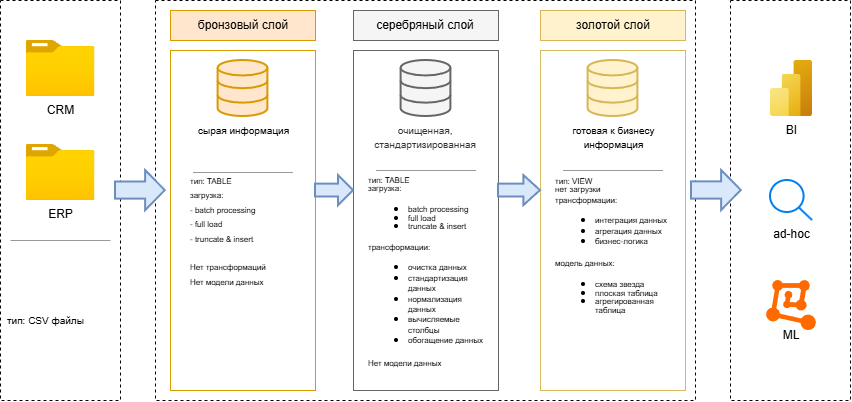
alibegvivi-cpu/SQL-DWH-project keeps this draw.io diagram as docs/архитектура данных.png. Above is the earlier version. Source tidied: cells renumbered, new cells last; positions are measured from the earlier drawing's top-left corner, leaving out a move shared by most shapes. Source of this version:
```xml
<mxGraphModel>
  <root>
    <mxCell id="0" />
    <mxCell id="1" parent="0" />
    <mxCell id="2" style="verticalLabelPosition=bottom;verticalAlign=top;html=1;shape=mxgraph.basic.rect;fillColor2=none;strokeWidth=1;size=20;indent=5;dashed=1;fillColor=none;" parent="1" vertex="1">
      <mxGeometry width="120" height="400" as="geometry" />
    </mxCell>
    <mxCell id="3" style="verticalLabelPosition=bottom;verticalAlign=top;html=1;shape=mxgraph.basic.rect;fillColor2=none;strokeWidth=1;size=20;indent=5;dashed=1;fillColor=none;" parent="1" vertex="1">
      <mxGeometry x="155" width="540" height="400" as="geometry" />
    </mxCell>
    <mxCell id="4" style="verticalLabelPosition=bottom;verticalAlign=top;html=1;shape=mxgraph.basic.rect;fillColor2=none;strokeWidth=1;size=20;indent=5;dashed=1;fillColor=none;" parent="1" vertex="1">
      <mxGeometry x="730" width="120" height="400" as="geometry" />
    </mxCell>
    <mxCell id="5" value="CRM" style="image;html=1;align=center;fontSize=12;image=img/lib/azure2/general/Folder_Blank.svg;" parent="1" vertex="1">
      <mxGeometry x="25.5" y="40" width="69" height="56" as="geometry" />
    </mxCell>
    <mxCell id="6" value="ERP" style="image;html=1;align=center;fontSize=12;image=img/lib/azure2/general/Folder_Blank.svg;" parent="1" vertex="1">
      <mxGeometry x="25.5" y="144" width="69" height="56" as="geometry" />
    </mxCell>
    <mxCell id="7" value="BI" style="image;html=1;align=center;fontSize=12;image=img/lib/azure2/analytics/Power_BI_Embedded.svg;" parent="1" vertex="1">
      <mxGeometry x="770" y="60" width="42" height="56" as="geometry" />
    </mxCell>
    <mxCell id="8" value="ad-hoc" style="html=1;verticalLabelPosition=bottom;align=center;labelBackgroundColor=#ffffff;verticalAlign=top;strokeWidth=2;strokeColor=#0080F0;shadow=0;dashed=0;shape=mxgraph.ios7.icons.looking_glass;" parent="1" vertex="1">
      <mxGeometry x="770" y="180" width="42" height="40" as="geometry" />
    </mxCell>
    <mxCell id="9" style="html=1;align=center;shadow=0;dashed=0;fillColor=#FF6A00;strokeColor=none;shape=mxgraph.alibaba_cloud.machine_learning;" parent="1" vertex="1">
      <mxGeometry x="766.1" y="280" width="49.8" height="50.1" as="geometry" />
    </mxCell>
    <mxCell id="10" value="ML" style="text;html=1;whiteSpace=wrap;strokeColor=none;fillColor=none;align=center;verticalAlign=middle;rounded=0;" parent="1" vertex="1">
      <mxGeometry x="770" y="320" width="42" height="30" as="geometry" />
    </mxCell>
    <mxCell id="11" style="html=1;dashed=0;whiteSpace=wrap;fillColor=none;strokeColor=light-dark(#d79b00, #ededed);" parent="1" vertex="1">
      <mxGeometry x="170" y="50" width="145" height="340" as="geometry" />
    </mxCell>
    <mxCell id="12" value="&lt;font style=&quot;font-size: 10px;&quot;&gt;сырая информация&lt;/font&gt;" style="html=1;verticalLabelPosition=bottom;align=center;labelBackgroundColor=#ffffff;verticalAlign=top;strokeWidth=2;strokeColor=#d79b00;shadow=0;dashed=0;shape=mxgraph.ios7.icons.data;fillColor=#ffe6cc;" parent="1" vertex="1">
      <mxGeometry x="217.6" y="60" width="49.8" height="56" as="geometry" />
    </mxCell>
    <mxCell id="13" value="&lt;font style=&quot;font-size: 8px;&quot;&gt;тип: TABLE&lt;/font&gt;&lt;div&gt;&lt;div&gt;&lt;font style=&quot;font-size: 8px;&quot;&gt;загрузка:&lt;/font&gt;&lt;/div&gt;&lt;div&gt;&lt;font style=&quot;font-size: 8px;&quot;&gt;- batch processing&lt;/font&gt;&lt;/div&gt;&lt;div&gt;&lt;font style=&quot;font-size: 8px;&quot;&gt;- full load&lt;/font&gt;&lt;/div&gt;&lt;div&gt;&lt;font style=&quot;font-size: 8px;&quot;&gt;- truncate &amp;amp; insert&lt;/font&gt;&lt;/div&gt;&lt;div&gt;&lt;font style=&quot;font-size: 8px;&quot;&gt;&lt;br&gt;&lt;/font&gt;&lt;/div&gt;&lt;div&gt;&lt;font style=&quot;font-size: 8px;&quot;&gt;Нет трансформаций&lt;/font&gt;&lt;/div&gt;&lt;div&gt;&lt;font style=&quot;font-size: 8px;&quot;&gt;Нет модели данных&lt;/font&gt;&lt;/div&gt;&lt;/div&gt;" style="text;html=1;whiteSpace=wrap;strokeColor=none;fillColor=none;align=left;verticalAlign=middle;rounded=0;" parent="1" vertex="1">
      <mxGeometry x="187.5" y="170.1" width="110" height="119.9" as="geometry" />
    </mxCell>
    <mxCell id="14" value="&lt;span style=&quot;font-size: 10px;&quot;&gt;тип: CSV файлы&lt;/span&gt;" style="text;html=1;whiteSpace=wrap;strokeColor=none;fillColor=none;align=left;verticalAlign=middle;rounded=0;" parent="1" vertex="1">
      <mxGeometry x="5" y="240" width="110" height="160" as="geometry" />
    </mxCell>
    <mxCell id="15" style="verticalLabelPosition=bottom;shadow=0;dashed=0;align=center;html=1;verticalAlign=top;strokeWidth=1;shape=mxgraph.mockup.markup.line;strokeColor=#999999;" parent="1" vertex="1">
      <mxGeometry x="10" y="230" width="100" height="20" as="geometry" />
    </mxCell>
    <mxCell id="16" style="verticalLabelPosition=bottom;shadow=0;dashed=0;align=center;html=1;verticalAlign=top;strokeWidth=1;shape=mxgraph.mockup.markup.line;strokeColor=#999999;" parent="1" vertex="1">
      <mxGeometry x="192.5" y="162" width="100" height="20" as="geometry" />
    </mxCell>
    <mxCell id="17" style="html=1;dashed=0;whiteSpace=wrap;fillColor=none;strokeColor=light-dark(#666666, #ededed);" parent="1" vertex="1">
      <mxGeometry x="353" y="50" width="145" height="340" as="geometry" />
    </mxCell>
    <mxCell id="18" value="&lt;font style=&quot;font-size: 10px;&quot;&gt;очищенная,&amp;nbsp;&lt;/font&gt;&lt;div&gt;&lt;font style=&quot;font-size: 10px;&quot;&gt;стандартизированная&amp;nbsp;&lt;/font&gt;&lt;/div&gt;" style="html=1;verticalLabelPosition=bottom;align=center;labelBackgroundColor=#ffffff;verticalAlign=top;strokeWidth=2;strokeColor=#666666;shadow=0;dashed=0;shape=mxgraph.ios7.icons.data;fillColor=#f5f5f5;fontColor=#333333;" parent="1" vertex="1">
      <mxGeometry x="400.6" y="60" width="49.8" height="56" as="geometry" />
    </mxCell>
    <mxCell id="19" value="&lt;div style=&quot;line-height: 70%;&quot;&gt;&lt;font style=&quot;font-size: 8px; line-height: 70%;&quot;&gt;тип: TABLE&lt;/font&gt;&lt;div&gt;&lt;div&gt;&lt;font style=&quot;font-size: 8px; line-height: 70%;&quot;&gt;загрузка:&lt;/font&gt;&lt;/div&gt;&lt;div&gt;&lt;ul&gt;&lt;li&gt;&lt;font style=&quot;font-size: 8px; line-height: 70%;&quot;&gt;batch processing&lt;/font&gt;&lt;/li&gt;&lt;li&gt;&lt;font style=&quot;font-size: 8px; line-height: 70%;&quot;&gt;full load&lt;/font&gt;&lt;/li&gt;&lt;li&gt;&lt;font style=&quot;font-size: 8px; line-height: 70%;&quot;&gt;truncate &amp;amp; insert&lt;/font&gt;&lt;/li&gt;&lt;/ul&gt;&lt;/div&gt;&lt;div&gt;&lt;font style=&quot;font-size: 8px; line-height: 70%;&quot;&gt;трансформации:&lt;br&gt;&lt;/font&gt;&lt;ul&gt;&lt;li&gt;&lt;span style=&quot;background-color: transparent; color: light-dark(rgb(0, 0, 0), rgb(255, 255, 255)); font-size: 8px;&quot;&gt;очистка данных&lt;/span&gt;&lt;/li&gt;&lt;li&gt;&lt;span style=&quot;background-color: transparent; color: light-dark(rgb(0, 0, 0), rgb(255, 255, 255)); font-size: 8px;&quot;&gt;стандартизация данных&lt;/span&gt;&lt;/li&gt;&lt;li&gt;&lt;span style=&quot;background-color: transparent; color: light-dark(rgb(0, 0, 0), rgb(255, 255, 255)); font-size: 8px;&quot;&gt;нормализация данных&lt;/span&gt;&lt;/li&gt;&lt;li&gt;&lt;span style=&quot;background-color: transparent; color: light-dark(rgb(0, 0, 0), rgb(255, 255, 255)); font-size: 8px;&quot;&gt;вычисляемые столбцы&lt;/span&gt;&lt;/li&gt;&lt;li&gt;&lt;span style=&quot;background-color: transparent; color: light-dark(rgb(0, 0, 0), rgb(255, 255, 255)); font-size: 8px;&quot;&gt;обогащение данных&lt;/span&gt;&lt;/li&gt;&lt;/ul&gt;&lt;/div&gt;&lt;div&gt;&lt;font style=&quot;font-size: 8px; line-height: 70%;&quot;&gt;Нет модели данных&lt;/font&gt;&lt;/div&gt;&lt;/div&gt;&lt;/div&gt;" style="text;html=1;whiteSpace=wrap;strokeColor=none;fillColor=none;align=left;verticalAlign=middle;rounded=0;" parent="1" vertex="1">
      <mxGeometry x="365.5" y="170" width="120" height="200" as="geometry" />
    </mxCell>
    <mxCell id="20" style="verticalLabelPosition=bottom;shadow=0;dashed=0;align=center;html=1;verticalAlign=top;strokeWidth=1;shape=mxgraph.mockup.markup.line;strokeColor=#999999;" parent="1" vertex="1">
      <mxGeometry x="375.5" y="160" width="100" height="20" as="geometry" />
    </mxCell>
    <mxCell id="21" style="html=1;dashed=0;whiteSpace=wrap;fillColor=none;strokeColor=light-dark(#d9bb5f, #ededed);" parent="1" vertex="1">
      <mxGeometry x="540" y="50" width="145" height="340" as="geometry" />
    </mxCell>
    <mxCell id="22" value="&lt;span style=&quot;font-size: 10px;&quot;&gt;готовая к бизнесу&lt;/span&gt;&lt;div&gt;&lt;span style=&quot;font-size: 10px;&quot;&gt;информация&lt;/span&gt;&lt;/div&gt;" style="html=1;verticalLabelPosition=bottom;align=center;labelBackgroundColor=#ffffff;verticalAlign=top;strokeWidth=2;strokeColor=#d6b656;shadow=0;dashed=0;shape=mxgraph.ios7.icons.data;fillColor=#fff2cc;" parent="1" vertex="1">
      <mxGeometry x="587.6" y="60" width="49.8" height="56" as="geometry" />
    </mxCell>
    <mxCell id="23" value="&lt;div style=&quot;line-height: 70%;&quot;&gt;&lt;font style=&quot;font-size: 8px; line-height: 70%;&quot;&gt;тип: VIEW&lt;/font&gt;&lt;div&gt;&lt;div&gt;&lt;span style=&quot;font-size: 8px;&quot;&gt;нет загрузки&lt;/span&gt;&lt;/div&gt;&lt;div&gt;&lt;font style=&quot;font-size: 8px; line-height: 70%;&quot;&gt;трансформации:&lt;br&gt;&lt;/font&gt;&lt;ul&gt;&lt;li&gt;&lt;span style=&quot;font-size: 8px;&quot;&gt;интеграция данных&lt;br&gt;&lt;/span&gt;&lt;/li&gt;&lt;li&gt;&lt;span style=&quot;font-size: 8px;&quot;&gt;агрегация данных&lt;/span&gt;&lt;/li&gt;&lt;li&gt;&lt;span style=&quot;font-size: 8px;&quot;&gt;бизнес-логика&lt;/span&gt;&lt;/li&gt;&lt;/ul&gt;&lt;/div&gt;&lt;div&gt;&lt;font style=&quot;font-size: 8px; line-height: 70%;&quot;&gt;модель данных:&lt;/font&gt;&lt;/div&gt;&lt;/div&gt;&lt;div&gt;&lt;ul&gt;&lt;li&gt;&lt;font style=&quot;font-size: 8px; line-height: 70%;&quot;&gt;схема звезда&lt;/font&gt;&lt;/li&gt;&lt;li&gt;&lt;font style=&quot;font-size: 8px; line-height: 70%;&quot;&gt;плоская таблица&lt;/font&gt;&lt;/li&gt;&lt;li&gt;&lt;font style=&quot;font-size: 8px; line-height: 70%;&quot;&gt;агрегированная таблица&lt;/font&gt;&lt;/li&gt;&lt;/ul&gt;&lt;/div&gt;&lt;/div&gt;" style="text;html=1;whiteSpace=wrap;strokeColor=none;fillColor=none;align=left;verticalAlign=middle;rounded=0;" parent="1" vertex="1">
      <mxGeometry x="552.5" y="170" width="120" height="160" as="geometry" />
    </mxCell>
    <mxCell id="24" style="verticalLabelPosition=bottom;shadow=0;dashed=0;align=center;html=1;verticalAlign=top;strokeWidth=1;shape=mxgraph.mockup.markup.line;strokeColor=#999999;" parent="1" vertex="1">
      <mxGeometry x="562.5" y="160" width="100" height="20" as="geometry" />
    </mxCell>
    <mxCell id="25" style="shape=mxgraph.arrows.arrow_right;html=1;verticalLabelPosition=bottom;verticalAlign=top;strokeWidth=2;strokeColor=#6c8ebf;fillColor=#dae8fc;" parent="1" vertex="1">
      <mxGeometry x="115" y="170.1" width="49.8" height="40" as="geometry" />
    </mxCell>
    <mxCell id="26" style="shape=mxgraph.arrows.arrow_right;html=1;verticalLabelPosition=bottom;verticalAlign=top;strokeWidth=2;strokeColor=#6c8ebf;fillColor=#dae8fc;" parent="1" vertex="1">
      <mxGeometry x="691" y="170" width="49.8" height="40" as="geometry" />
    </mxCell>
    <mxCell id="27" style="shape=mxgraph.arrows.arrow_right;html=1;verticalLabelPosition=bottom;verticalAlign=top;strokeWidth=2;strokeColor=#6c8ebf;fillColor=#dae8fc;" parent="1" vertex="1">
      <mxGeometry x="315" y="175.1" width="38" height="30" as="geometry" />
    </mxCell>
    <mxCell id="28" style="shape=mxgraph.arrows.arrow_right;html=1;verticalLabelPosition=bottom;verticalAlign=top;strokeWidth=2;strokeColor=#6c8ebf;fillColor=#dae8fc;" parent="1" vertex="1">
      <mxGeometry x="498" y="175.1" width="42" height="30" as="geometry" />
    </mxCell>
    <mxCell id="29" style="verticalLabelPosition=bottom;verticalAlign=top;html=1;shape=mxgraph.basic.rect;fillColor2=none;strokeWidth=1;size=20;indent=5;fillColor=#ffe6cc;strokeColor=#d79b00;" parent="1" vertex="1">
      <mxGeometry x="170" y="10" width="145" height="30" as="geometry" />
    </mxCell>
    <mxCell id="30" style="verticalLabelPosition=bottom;verticalAlign=top;html=1;shape=mxgraph.basic.rect;fillColor2=none;strokeWidth=1;size=20;indent=5;fillColor=#f5f5f5;strokeColor=#666666;fontColor=#333333;" parent="1" vertex="1">
      <mxGeometry x="353" y="10" width="145" height="30" as="geometry" />
    </mxCell>
    <mxCell id="31" style="verticalLabelPosition=bottom;verticalAlign=top;html=1;shape=mxgraph.basic.rect;fillColor2=none;strokeWidth=1;size=20;indent=5;fillColor=#fff2cc;strokeColor=#d6b656;" parent="1" vertex="1">
      <mxGeometry x="540" y="10" width="145" height="30" as="geometry" />
    </mxCell>
    <mxCell id="32" value="бронзовый слой" style="text;html=1;whiteSpace=wrap;strokeColor=none;fillColor=none;align=center;verticalAlign=middle;rounded=0;" parent="1" vertex="1">
      <mxGeometry x="192.5" y="10" width="100" height="30" as="geometry" />
    </mxCell>
    <mxCell id="33" value="серебряный&amp;nbsp;&lt;span style=&quot;background-color: transparent; color: light-dark(rgb(0, 0, 0), rgb(255, 255, 255));&quot;&gt;слой&lt;/span&gt;" style="text;html=1;whiteSpace=wrap;strokeColor=none;fillColor=none;align=center;verticalAlign=middle;rounded=0;" parent="1" vertex="1">
      <mxGeometry x="375" y="10" width="100" height="30" as="geometry" />
    </mxCell>
    <mxCell id="34" value="золотой слой" style="text;html=1;whiteSpace=wrap;strokeColor=none;fillColor=none;align=center;verticalAlign=middle;rounded=0;" parent="1" vertex="1">
      <mxGeometry x="562.5" y="10" width="100" height="30" as="geometry" />
    </mxCell>
  </root>
</mxGraphModel>
```
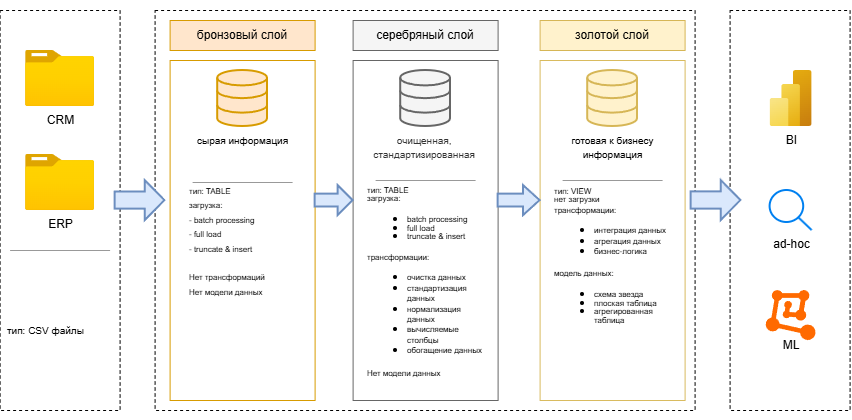
Above is the later version.

Diff of the diagram source:
```diff
@@ -2,6 +2,9 @@
   <root>
     <mxCell id="0" />
     <mxCell id="1" parent="0" />
+    <mxCell id="35" style="rounded=0;whiteSpace=wrap;html=1;strokeColor=none;" parent="1" vertex="1">
+      <mxGeometry y="-10" width="850" height="420" as="geometry" />
+    </mxCell>
     <mxCell id="2" style="verticalLabelPosition=bottom;verticalAlign=top;html=1;shape=mxgraph.basic.rect;fillColor2=none;strokeWidth=1;size=20;indent=5;dashed=1;fillColor=none;" parent="1" vertex="1">
       <mxGeometry width="120" height="400" as="geometry" />
     </mxCell>
```
